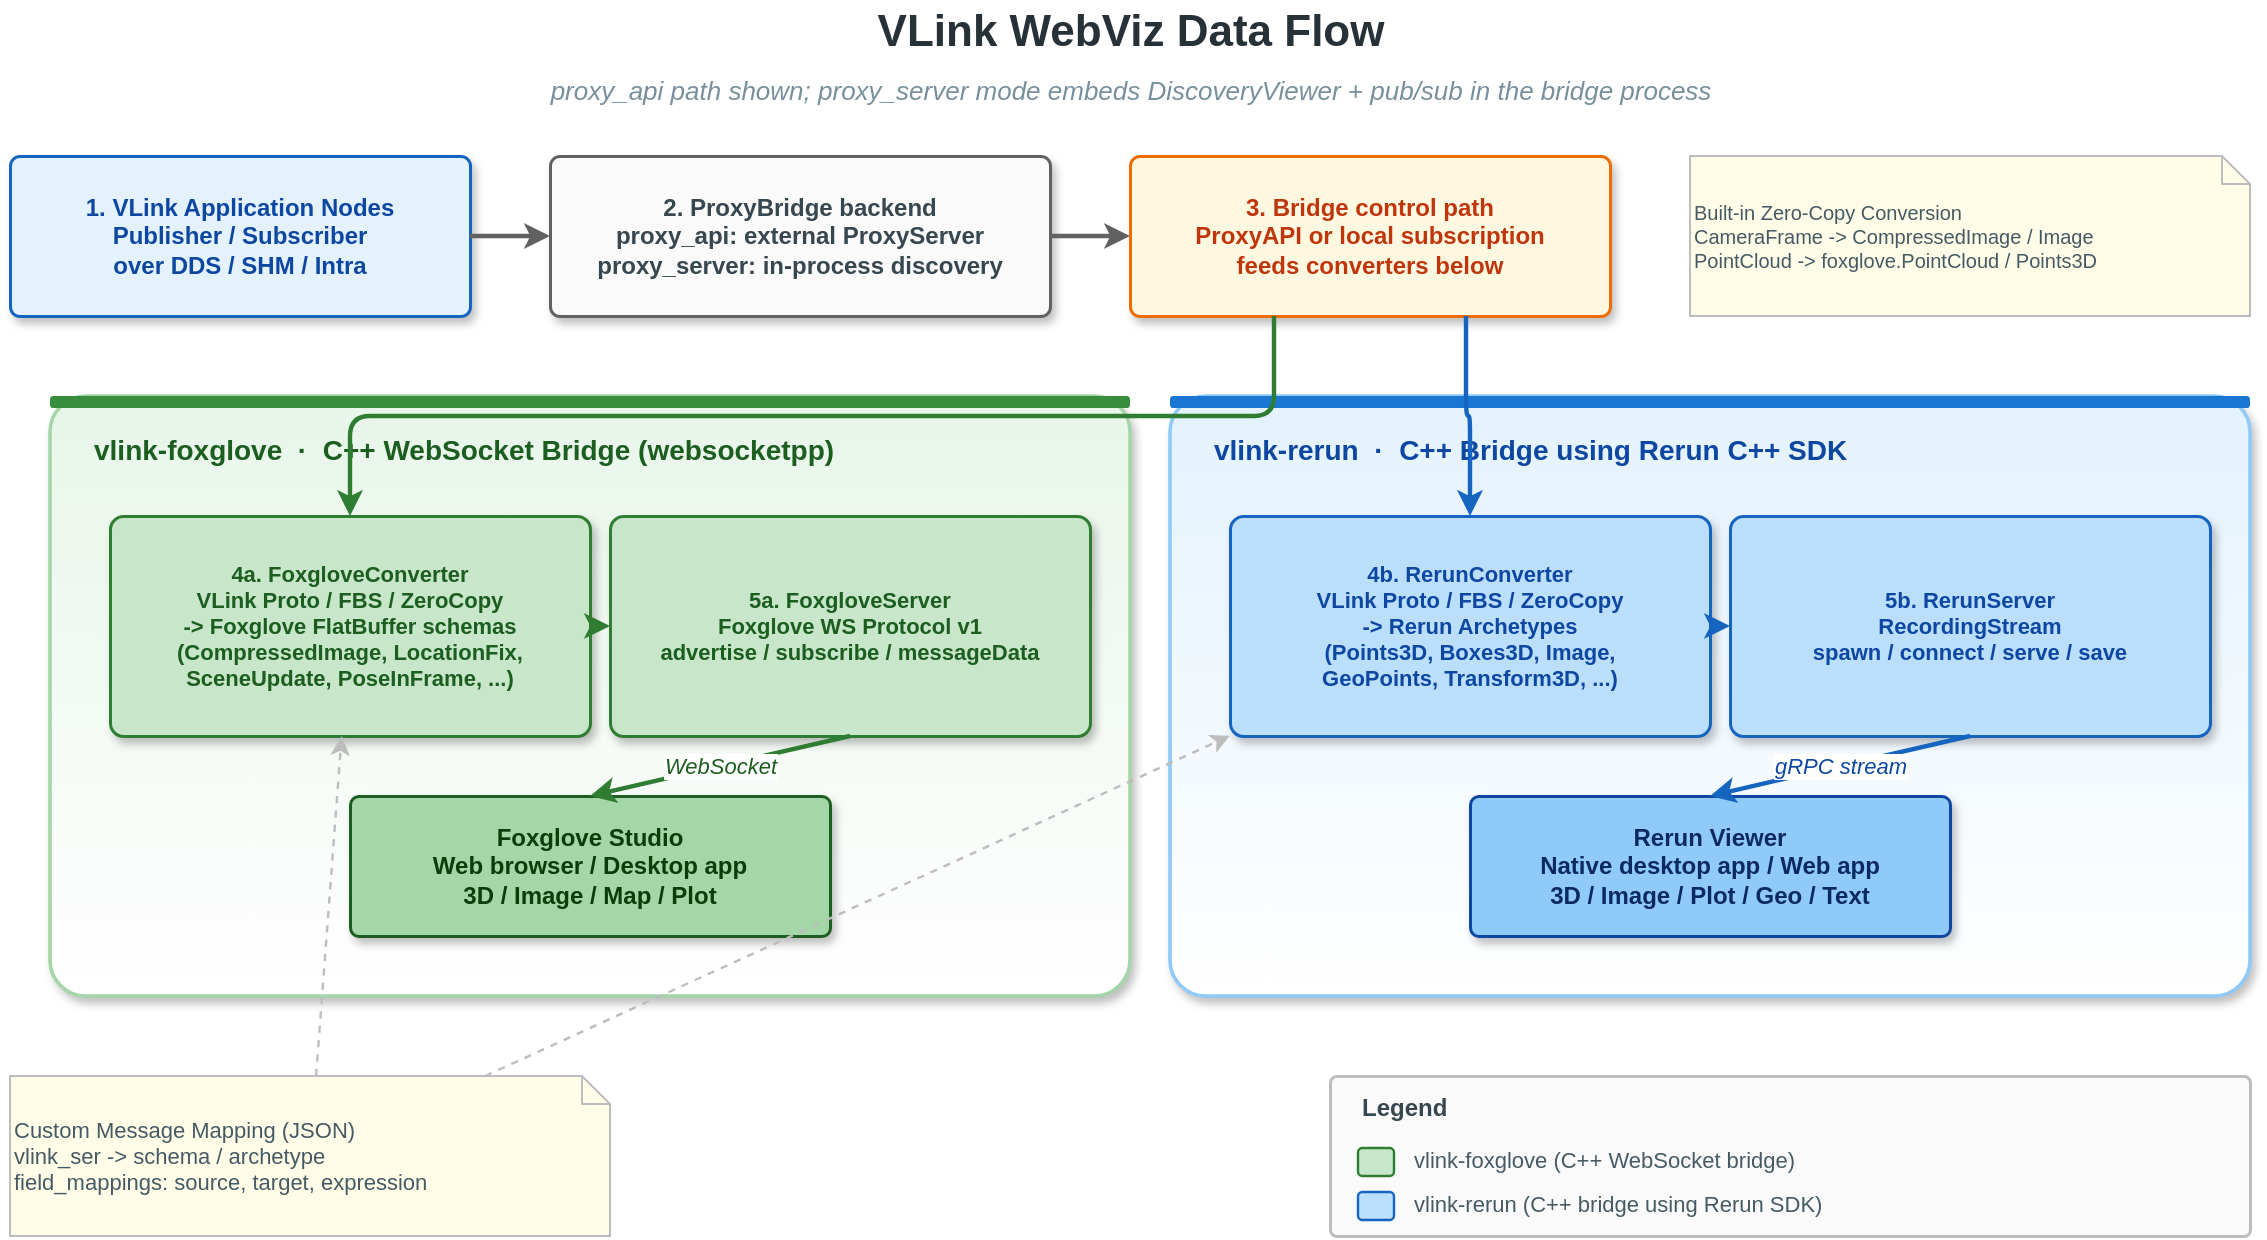
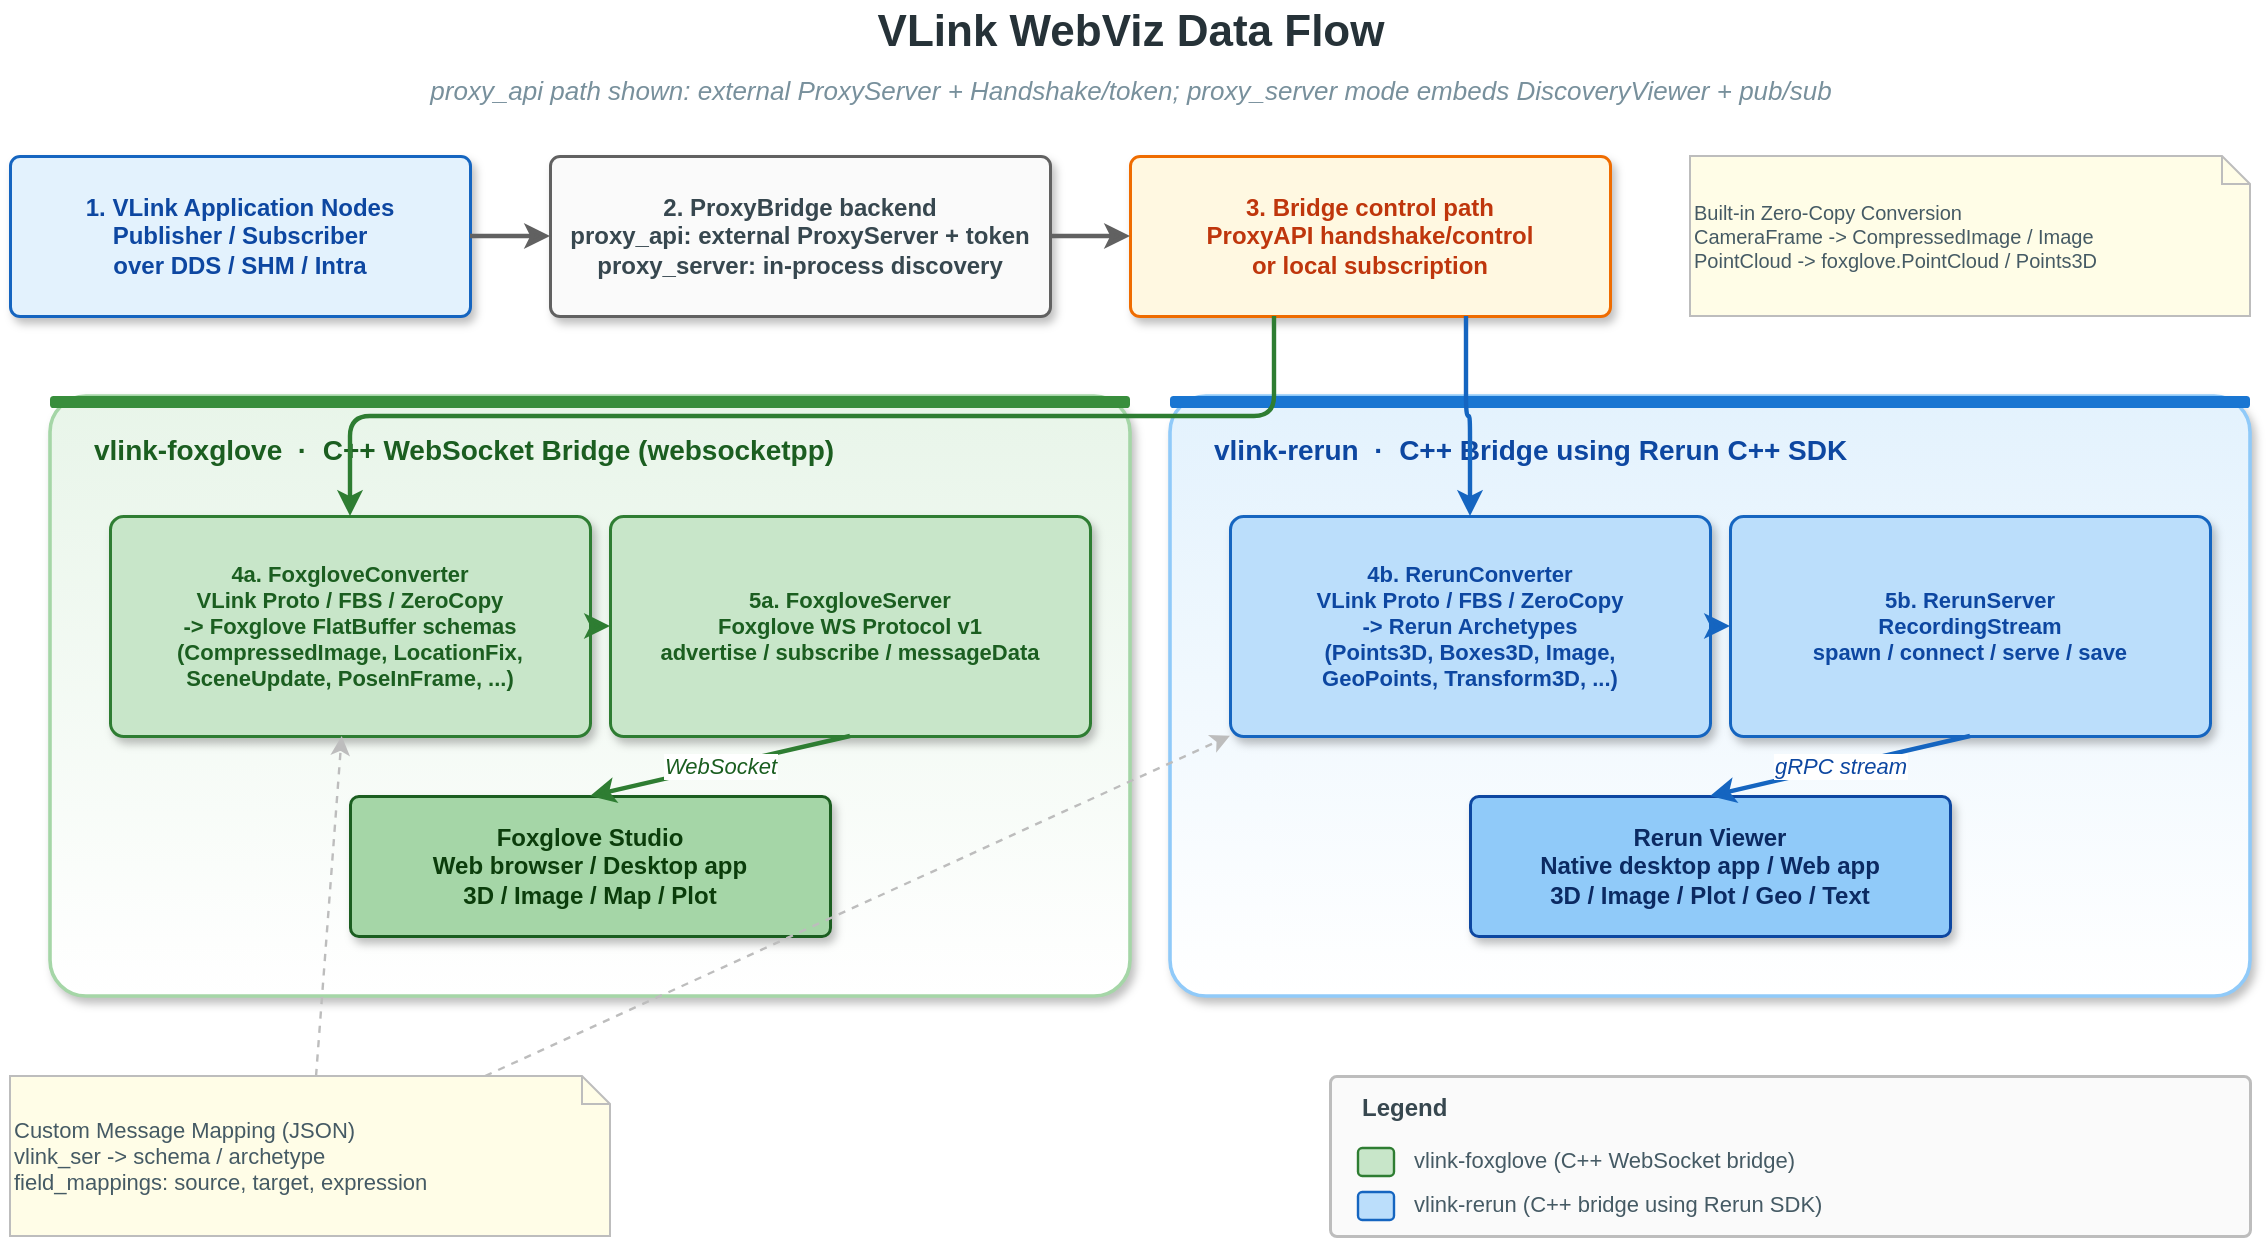
<mxfile host="app.diagrams.net" modified="2026-04-23T00:00:00.000Z" agent="Claude" version="24.0.0" type="device">
  <diagram id="webviz-dataflow" name="WebViz Data Flow">
    <mxGraphModel dx="1200" dy="780" grid="0" gridSize="10" guides="1" tooltips="1" connect="1" arrows="1" fold="1" page="1" pageScale="1" pageWidth="1200" pageHeight="780" math="0" shadow="0">
      <root>
        <mxCell id="0" />
        <mxCell id="1" parent="0" />

        <mxCell id="title" value="VLink WebViz Data Flow" style="text;html=1;align=center;verticalAlign=middle;strokeColor=none;fillColor=none;fontSize=22;fontStyle=1;fontColor=#263238;" vertex="1" parent="1">
          <mxGeometry x="40" y="22" width="1120" height="32" as="geometry" />
        </mxCell>
-         <mxCell id="subtitle" value="proxy_api path shown; proxy_server mode embeds DiscoveryViewer + pub/sub in the bridge process" style="text;html=1;align=center;verticalAlign=middle;strokeColor=none;fillColor=none;fontSize=13;fontStyle=2;fontColor=#78909c;" vertex="1" parent="1">
+         <mxCell id="subtitle" value="proxy_api path shown: external ProxyServer + Handshake/token; proxy_server mode embeds DiscoveryViewer + pub/sub" style="text;html=1;align=center;verticalAlign=middle;strokeColor=none;fillColor=none;fontSize=13;fontStyle=2;fontColor=#78909c;" vertex="1" parent="1">
          <mxGeometry x="40" y="56" width="1120" height="22" as="geometry" />
        </mxCell>

        <!-- Step 1 + 2 + 3 shared row -->
        <mxCell id="s1" value="1. VLink Application Nodes&#10;Publisher / Subscriber&#10;over DDS / SHM / Intra" style="rounded=1;whiteSpace=wrap;html=1;fillColor=#e3f2fd;strokeColor=#1565c0;strokeWidth=1.5;fontSize=12;fontStyle=1;fontColor=#0d47a1;shadow=1;arcSize=6;" vertex="1" parent="1">
          <mxGeometry x="40" y="100" width="230" height="80" as="geometry" />
        </mxCell>

-         <mxCell id="s2" value="2. ProxyBridge backend&#10;proxy_api: external ProxyServer&#10;proxy_server: in-process discovery" style="rounded=1;whiteSpace=wrap;html=1;fillColor=#fafafa;strokeColor=#616161;strokeWidth=1.5;fontSize=12;fontStyle=1;fontColor=#37474f;shadow=1;arcSize=6;" vertex="1" parent="1">
+         <mxCell id="s2" value="2. ProxyBridge backend&#10;proxy_api: external ProxyServer + token&#10;proxy_server: in-process discovery" style="rounded=1;whiteSpace=wrap;html=1;fillColor=#fafafa;strokeColor=#616161;strokeWidth=1.5;fontSize=12;fontStyle=1;fontColor=#37474f;shadow=1;arcSize=6;" vertex="1" parent="1">
          <mxGeometry x="310" y="100" width="250" height="80" as="geometry" />
        </mxCell>

-         <mxCell id="s3" value="3. Bridge control path&#10;ProxyAPI or local subscription&#10;feeds converters below" style="rounded=1;whiteSpace=wrap;html=1;fillColor=#fff8e1;strokeColor=#ef6c00;strokeWidth=1.5;fontSize=12;fontStyle=1;fontColor=#bf360c;shadow=1;arcSize=6;" vertex="1" parent="1">
+         <mxCell id="s3" value="3. Bridge control path&#10;ProxyAPI handshake/control&#10;or local subscription" style="rounded=1;whiteSpace=wrap;html=1;fillColor=#fff8e1;strokeColor=#ef6c00;strokeWidth=1.5;fontSize=12;fontStyle=1;fontColor=#bf360c;shadow=1;arcSize=6;" vertex="1" parent="1">
          <mxGeometry x="600" y="100" width="240" height="80" as="geometry" />
        </mxCell>

        <!-- Edges row 1 -->
        <mxCell id="e_s1_s2" style="endArrow=classic;endFill=1;html=1;strokeWidth=2.2;strokeColor=#616161;exitX=1;exitY=0.5;exitDx=0;exitDy=0;entryX=0;entryY=0.5;entryDx=0;entryDy=0;" edge="1" source="s1" target="s2" parent="1">
          <mxGeometry relative="1" as="geometry" />
        </mxCell>
        <mxCell id="e_s2_s3" style="endArrow=classic;endFill=1;html=1;strokeWidth=2.2;strokeColor=#616161;exitX=1;exitY=0.5;exitDx=0;exitDy=0;entryX=0;entryY=0.5;entryDx=0;entryDy=0;" edge="1" source="s2" target="s3" parent="1">
          <mxGeometry relative="1" as="geometry" />
        </mxCell>

        <!-- Zero-copy note on the right -->
        <mxCell id="zc_note" value="Built-in Zero-Copy Conversion&#10;CameraFrame -&gt; CompressedImage / Image&#10;PointCloud -&gt; foxglove.PointCloud / Points3D" style="shape=note;whiteSpace=wrap;html=1;backgroundOutline=1;size=14;fillColor=#fffde7;strokeColor=#bdbdbd;fontSize=10;fontColor=#455a64;align=left;" vertex="1" parent="1">
          <mxGeometry x="880" y="100" width="280" height="80" as="geometry" />
        </mxCell>

        <!-- Bridges row (FOXGLOVE = GREEN, RERUN = BLUE ... style guide orange for field; we use green/blue per instruction) -->
        <!-- Foxglove bridge container -->
        <mxCell id="fg_bg" value="" style="rounded=1;whiteSpace=wrap;html=1;fillColor=#ffffff;strokeColor=#a5d6a7;strokeWidth=1.8;arcSize=6;shadow=1;gradientColor=#e8f5e9;gradientDirection=north;" vertex="1" parent="1">
          <mxGeometry x="60" y="220" width="540" height="300" as="geometry" />
        </mxCell>
        <mxCell id="fg_bar" value="" style="rounded=1;whiteSpace=wrap;html=1;fillColor=#388e3c;strokeColor=none;arcSize=30;" vertex="1" parent="1">
          <mxGeometry x="60" y="220" width="540" height="6" as="geometry" />
        </mxCell>
        <mxCell id="fg_title_lbl" value="vlink-foxglove &#160;&#183;&#160; C++ WebSocket Bridge (websocketpp)" style="text;html=1;align=left;verticalAlign=middle;strokeColor=none;fillColor=none;fontSize=14;fontStyle=1;fontColor=#1b5e20;" vertex="1" parent="1">
          <mxGeometry x="80" y="234" width="500" height="26" as="geometry" />
        </mxCell>

        <!-- 4a converter -->
        <mxCell id="s4a" value="4a. FoxgloveConverter&#10;VLink Proto / FBS / ZeroCopy&#10;-&gt; Foxglove FlatBuffer schemas&#10;(CompressedImage, LocationFix,&#10;SceneUpdate, PoseInFrame, ...)" style="rounded=1;whiteSpace=wrap;html=1;fillColor=#c8e6c9;strokeColor=#2e7d32;strokeWidth=1.5;fontSize=11;fontStyle=1;fontColor=#1b5e20;shadow=1;arcSize=6;" vertex="1" parent="1">
          <mxGeometry x="90" y="280" width="240" height="110" as="geometry" />
        </mxCell>

        <!-- 5a websocket -->
        <mxCell id="s5a" value="5a. FoxgloveServer&#10;Foxglove WS Protocol v1&#10;advertise / subscribe / messageData" style="rounded=1;whiteSpace=wrap;html=1;fillColor=#c8e6c9;strokeColor=#2e7d32;strokeWidth=1.5;fontSize=11;fontStyle=1;fontColor=#1b5e20;shadow=1;arcSize=6;" vertex="1" parent="1">
          <mxGeometry x="340" y="280" width="240" height="110" as="geometry" />
        </mxCell>

        <mxCell id="e_4a_5a" style="endArrow=classic;endFill=1;html=1;strokeWidth=2.2;strokeColor=#2e7d32;exitX=1;exitY=0.5;exitDx=0;exitDy=0;entryX=0;entryY=0.5;entryDx=0;entryDy=0;" edge="1" source="s4a" target="s5a" parent="1">
          <mxGeometry relative="1" as="geometry" />
        </mxCell>

        <!-- 6a foxglove studio -->
        <mxCell id="s6a" value="Foxglove Studio&#10;Web browser / Desktop app&#10;3D / Image / Map / Plot" style="rounded=1;whiteSpace=wrap;html=1;fillColor=#a5d6a7;strokeColor=#1b5e20;strokeWidth=1.5;fontSize=12;fontStyle=1;fontColor=#0b3d0b;shadow=1;arcSize=6;" vertex="1" parent="1">
          <mxGeometry x="210" y="420" width="240" height="70" as="geometry" />
        </mxCell>
        <mxCell id="e_5a_6a" value="WebSocket" style="endArrow=classic;endFill=1;html=1;strokeWidth=2.2;strokeColor=#2e7d32;fontSize=11;fontStyle=2;fontColor=#1b5e20;labelBackgroundColor=#ffffff;exitX=0.5;exitY=1;exitDx=0;exitDy=0;entryX=0.5;entryY=0;entryDx=0;entryDy=0;" edge="1" source="s5a" target="s6a" parent="1">
          <mxGeometry relative="1" as="geometry" />
        </mxCell>

        <!-- Rerun bridge container -->
        <mxCell id="rr_bg" value="" style="rounded=1;whiteSpace=wrap;html=1;fillColor=#ffffff;strokeColor=#90caf9;strokeWidth=1.8;arcSize=6;shadow=1;gradientColor=#e3f2fd;gradientDirection=north;" vertex="1" parent="1">
          <mxGeometry x="620" y="220" width="540" height="300" as="geometry" />
        </mxCell>
        <mxCell id="rr_bar" value="" style="rounded=1;whiteSpace=wrap;html=1;fillColor=#1976d2;strokeColor=none;arcSize=30;" vertex="1" parent="1">
          <mxGeometry x="620" y="220" width="540" height="6" as="geometry" />
        </mxCell>
        <mxCell id="rr_title_lbl" value="vlink-rerun &#160;&#183;&#160; C++ Bridge using Rerun C++ SDK" style="text;html=1;align=left;verticalAlign=middle;strokeColor=none;fillColor=none;fontSize=14;fontStyle=1;fontColor=#0d47a1;" vertex="1" parent="1">
          <mxGeometry x="640" y="234" width="500" height="26" as="geometry" />
        </mxCell>

        <mxCell id="s4b" value="4b. RerunConverter&#10;VLink Proto / FBS / ZeroCopy&#10;-&gt; Rerun Archetypes&#10;(Points3D, Boxes3D, Image,&#10;GeoPoints, Transform3D, ...)" style="rounded=1;whiteSpace=wrap;html=1;fillColor=#bbdefb;strokeColor=#1565c0;strokeWidth=1.5;fontSize=11;fontStyle=1;fontColor=#0d47a1;shadow=1;arcSize=6;" vertex="1" parent="1">
          <mxGeometry x="650" y="280" width="240" height="110" as="geometry" />
        </mxCell>

        <mxCell id="s5b" value="5b. RerunServer&#10;RecordingStream&#10;spawn / connect / serve / save" style="rounded=1;whiteSpace=wrap;html=1;fillColor=#bbdefb;strokeColor=#1565c0;strokeWidth=1.5;fontSize=11;fontStyle=1;fontColor=#0d47a1;shadow=1;arcSize=6;" vertex="1" parent="1">
          <mxGeometry x="900" y="280" width="240" height="110" as="geometry" />
        </mxCell>
        <mxCell id="e_4b_5b" style="endArrow=classic;endFill=1;html=1;strokeWidth=2.2;strokeColor=#1565c0;exitX=1;exitY=0.5;exitDx=0;exitDy=0;entryX=0;entryY=0.5;entryDx=0;entryDy=0;" edge="1" source="s4b" target="s5b" parent="1">
          <mxGeometry relative="1" as="geometry" />
        </mxCell>

        <mxCell id="s6b" value="Rerun Viewer&#10;Native desktop app / Web app&#10;3D / Image / Plot / Geo / Text" style="rounded=1;whiteSpace=wrap;html=1;fillColor=#90caf9;strokeColor=#0d47a1;strokeWidth=1.5;fontSize=12;fontStyle=1;fontColor=#0b2a62;shadow=1;arcSize=6;" vertex="1" parent="1">
          <mxGeometry x="770" y="420" width="240" height="70" as="geometry" />
        </mxCell>
        <mxCell id="e_5b_6b" value="gRPC stream" style="endArrow=classic;endFill=1;html=1;strokeWidth=2.2;strokeColor=#1565c0;fontSize=11;fontStyle=2;fontColor=#0d47a1;labelBackgroundColor=#ffffff;exitX=0.5;exitY=1;exitDx=0;exitDy=0;entryX=0.5;entryY=0;entryDx=0;entryDy=0;" edge="1" source="s5b" target="s6b" parent="1">
          <mxGeometry relative="1" as="geometry" />
        </mxCell>

        <!-- Entry from ProxyAPI to bridges -->
        <mxCell id="e_s3_fg" style="endArrow=classic;endFill=1;html=1;strokeWidth=2.2;strokeColor=#2e7d32;edgeStyle=orthogonalEdgeStyle;rounded=1;exitX=0.3;exitY=1;exitDx=0;exitDy=0;entryX=0.5;entryY=0;entryDx=0;entryDy=0;" edge="1" source="s3" target="s4a" parent="1">
          <mxGeometry relative="1" as="geometry" />
        </mxCell>
        <mxCell id="e_s3_rr" style="endArrow=classic;endFill=1;html=1;strokeWidth=2.2;strokeColor=#1565c0;edgeStyle=orthogonalEdgeStyle;rounded=1;exitX=0.7;exitY=1;exitDx=0;exitDy=0;entryX=0.5;entryY=0;entryDx=0;entryDy=0;" edge="1" source="s3" target="s4b" parent="1">
          <mxGeometry relative="1" as="geometry" />
        </mxCell>

        <!-- Custom Mapping note at bottom -->
        <mxCell id="cm" value="Custom Message Mapping (JSON)&#10;vlink_ser -&gt; schema / archetype&#10;field_mappings: source, target, expression" style="shape=note;whiteSpace=wrap;html=1;backgroundOutline=1;size=14;fillColor=#fffde7;strokeColor=#bdbdbd;fontSize=11;fontColor=#455a64;align=left;" vertex="1" parent="1">
          <mxGeometry x="40" y="560" width="300" height="80" as="geometry" />
        </mxCell>
        <mxCell id="e_cm_fg" style="endArrow=classic;endFill=1;html=1;strokeWidth=1.2;strokeColor=#bdbdbd;dashed=1;" edge="1" source="cm" target="s4a" parent="1">
          <mxGeometry relative="1" as="geometry" />
        </mxCell>
        <mxCell id="e_cm_rr" style="endArrow=classic;endFill=1;html=1;strokeWidth=1.2;strokeColor=#bdbdbd;dashed=1;" edge="1" source="cm" target="s4b" parent="1">
          <mxGeometry relative="1" as="geometry" />
        </mxCell>

        <!-- Legend -->
        <mxCell id="legend_bg" value="" style="rounded=1;whiteSpace=wrap;html=1;fillColor=#fafafa;strokeColor=#bdbdbd;strokeWidth=1.5;arcSize=4;" vertex="1" parent="1">
          <mxGeometry x="700" y="560" width="460" height="80" as="geometry" />
        </mxCell>
        <mxCell id="legend_title" value="Legend" style="text;html=1;align=left;verticalAlign=middle;strokeColor=none;fillColor=none;fontSize=12;fontStyle=1;fontColor=#37474f;" vertex="1" parent="1">
          <mxGeometry x="714" y="566" width="100" height="20" as="geometry" />
        </mxCell>
        <mxCell id="lg_fg_box" value="" style="rounded=1;whiteSpace=wrap;html=1;fillColor=#c8e6c9;strokeColor=#2e7d32;strokeWidth=1.2;" vertex="1" parent="1">
          <mxGeometry x="714" y="596" width="18" height="14" as="geometry" />
        </mxCell>
        <mxCell id="lg_fg_t" value="vlink-foxglove (C++ WebSocket bridge)" style="text;html=1;align=left;verticalAlign=middle;strokeColor=none;fillColor=none;fontSize=11;fontColor=#455a64;" vertex="1" parent="1">
          <mxGeometry x="740" y="592" width="280" height="20" as="geometry" />
        </mxCell>
        <mxCell id="lg_rr_box" value="" style="rounded=1;whiteSpace=wrap;html=1;fillColor=#bbdefb;strokeColor=#1565c0;strokeWidth=1.2;" vertex="1" parent="1">
          <mxGeometry x="714" y="618" width="18" height="14" as="geometry" />
        </mxCell>
        <mxCell id="lg_rr_t" value="vlink-rerun (C++ bridge using Rerun SDK)" style="text;html=1;align=left;verticalAlign=middle;strokeColor=none;fillColor=none;fontSize=11;fontColor=#455a64;" vertex="1" parent="1">
          <mxGeometry x="740" y="614" width="280" height="20" as="geometry" />
        </mxCell>

      </root>
    </mxGraphModel>
  </diagram>
</mxfile>
